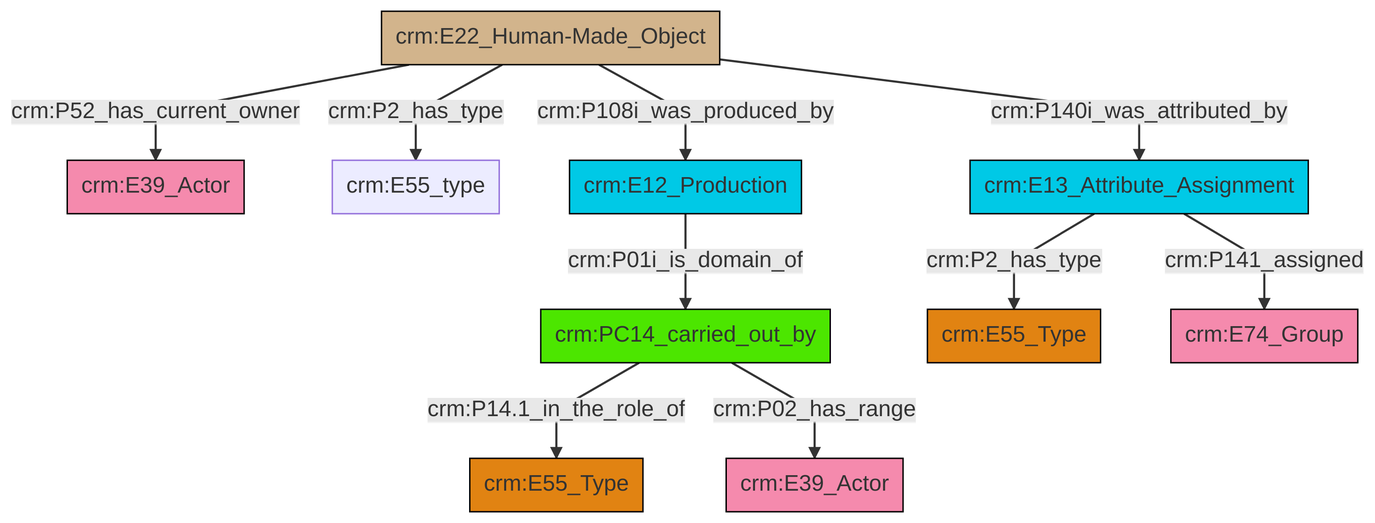
Earlier version of the Mermaid export et/builtWorkCSV/ttl/mmd/png/Built_Work_actor_relations.png (swiss-art-research-net/docs.swissartresearch). Its source is kept beside it as et/builtWorkCSV/ttl/mmd/Built_Work_actor_relations.ttl.mmd.
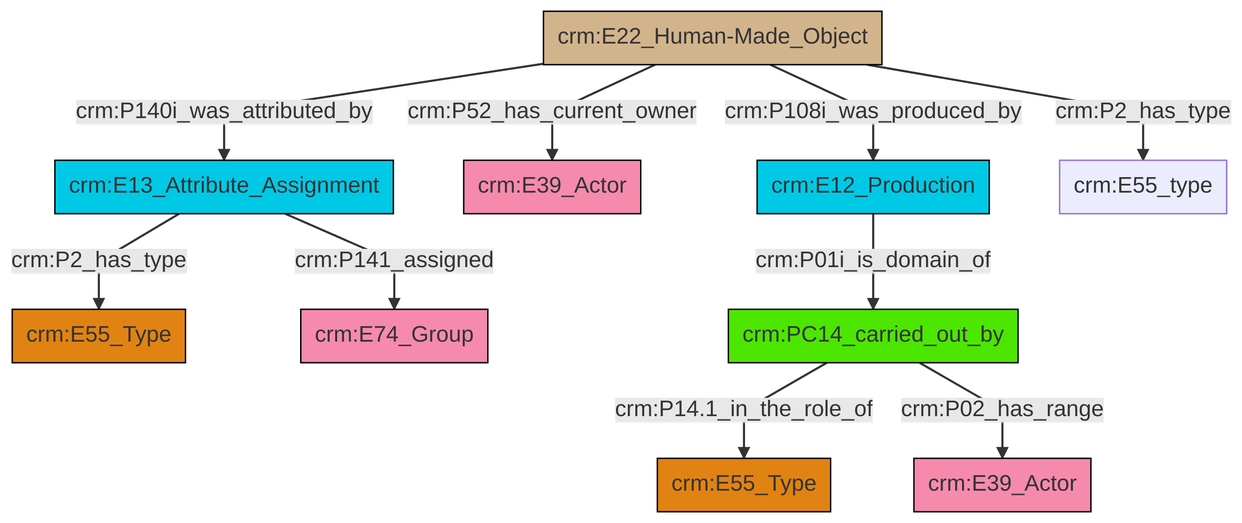
After the change.

Change to the diagram source:
```diff
@@ -13,12 +13,12 @@
 classDef PC_Classes fill:#4ce600, stroke:#000000;
 classDef Multi fill:#cccccc,stroke:#000000;
 
-2["crm:PC14_carried_out_by"]:::PC_Classes -->|crm:P14.1_in_the_role_of| 3["crm:E55_Type"]:::Type
-7["crm:E13_Attribute_Assignment"]:::Temporal_Entity -->|crm:P2_has_type| 8["crm:E55_Type"]:::Type
-10["crm:E22_Human-Made_Object"]:::Physical_Thing -->|crm:P2_has_type| 5["crm:E55_type"]:::Default
-11["crm:E12_Production"]:::Temporal_Entity -->|crm:P01i_is_domain_of| 2["crm:PC14_carried_out_by"]:::PC_Classes
-10["crm:E22_Human-Made_Object"]:::Physical_Thing -->|crm:P108i_was_produced_by| 11["crm:E12_Production"]:::Temporal_Entity
-10["crm:E22_Human-Made_Object"]:::Physical_Thing -->|crm:P52_has_current_owner| 0["crm:E39_Actor"]:::Actor
-10["crm:E22_Human-Made_Object"]:::Physical_Thing -->|crm:P140i_was_attributed_by| 7["crm:E13_Attribute_Assignment"]:::Temporal_Entity
-2["crm:PC14_carried_out_by"]:::PC_Classes -->|crm:P02_has_range| 15["crm:E39_Actor"]:::Actor
-7["crm:E13_Attribute_Assignment"]:::Temporal_Entity -->|crm:P141_assigned| 12["crm:E74_Group"]:::Actor
+0["crm:E13_Attribute_Assignment"]:::Temporal_Entity -->|crm:P2_has_type| 1["crm:E55_Type"]:::Type
+2["crm:E22_Human-Made_Object"]:::Physical_Thing -->|crm:P52_has_current_owner| 3["crm:E39_Actor"]:::Actor
+2["crm:E22_Human-Made_Object"]:::Physical_Thing -->|crm:P108i_was_produced_by| 8["crm:E12_Production"]:::Temporal_Entity
+2["crm:E22_Human-Made_Object"]:::Physical_Thing -->|crm:P2_has_type| 11["crm:E55_type"]:::Default
+14["crm:PC14_carried_out_by"]:::PC_Classes -->|crm:P14.1_in_the_role_of| 6["crm:E55_Type"]:::Type
+8["crm:E12_Production"]:::Temporal_Entity -->|crm:P01i_is_domain_of| 14["crm:PC14_carried_out_by"]:::PC_Classes
+14["crm:PC14_carried_out_by"]:::PC_Classes -->|crm:P02_has_range| 4["crm:E39_Actor"]:::Actor
+0["crm:E13_Attribute_Assignment"]:::Temporal_Entity -->|crm:P141_assigned| 12["crm:E74_Group"]:::Actor
+2["crm:E22_Human-Made_Object"]:::Physical_Thing -->|crm:P140i_was_attributed_by| 0["crm:E13_Attribute_Assignment"]:::Temporal_Entity
```
